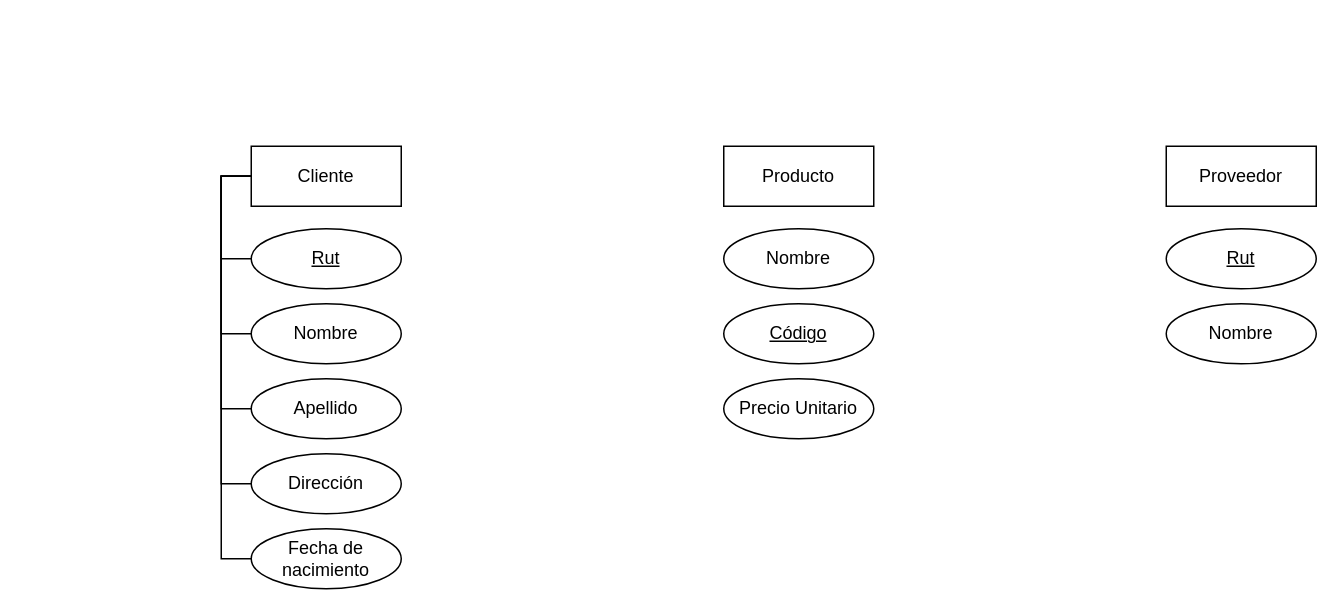
This is Modelamiento/Actividad3.drawio from Ju4nox/UCM, a draw.io file, before an edit. Source tidied: cells renumbered, new cells numbered last; positions are measured from the earlier drawing's top-left corner, leaving out a move shared by most shapes. Both pictures are drawn from the tidied source at 150%, with x=0, y=0 at pixel (250, 146).
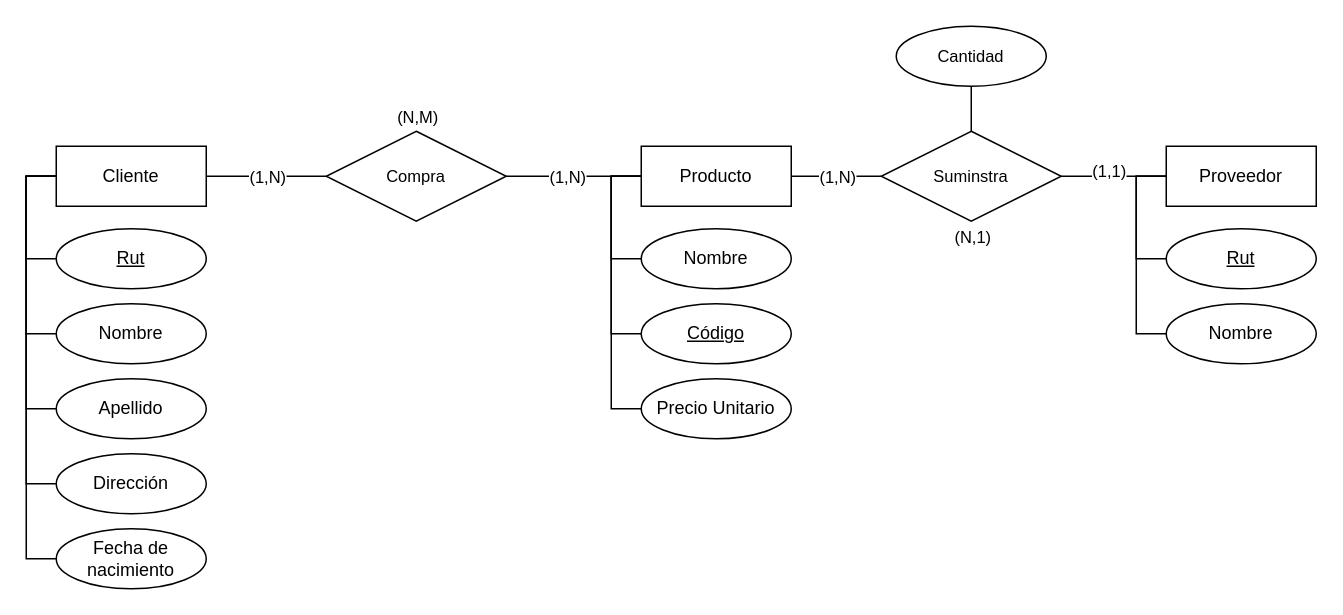
The same page after the edit.

The change refers to these unchanged cells:
```xml
<mxCell id="9" value="Proveedor" style="whiteSpace=wrap;html=1;align=center;" parent="1" vertex="1">
  <mxGeometry x="610" width="100" height="40" as="geometry" />
</mxCell>
<mxCell id="12" value="Rut" style="ellipse;whiteSpace=wrap;html=1;align=center;fontStyle=4;" parent="1" vertex="1">
  <mxGeometry x="610" y="55" width="100" height="40" as="geometry" />
</mxCell>
<mxCell id="19" value="Nombre" style="ellipse;whiteSpace=wrap;html=1;align=center;" parent="1" vertex="1">
  <mxGeometry x="610" y="105" width="100" height="40" as="geometry" />
</mxCell>
```

Change to the diagram source:
```diff
@@
     <mxCell id="7" value="Cliente" style="whiteSpace=wrap;html=1;align=center;" parent="1" vertex="1">
-      <mxGeometry width="100" height="40" as="geometry" />
+      <mxGeometry x="-130" width="100" height="40" as="geometry" />
     </mxCell>
+    <mxCell id="20" style="edgeStyle=orthogonalEdgeStyle;rounded=0;jettySize=auto;html=1;exitX=0;exitY=0.5;exitDx=0;exitDy=0;entryX=0;entryY=0.5;entryDx=0;entryDy=0;endArrow=none;startFill=0;" parent="1" edge="1" source="8" target="17">
+      <mxGeometry relative="1" as="geometry" />
+    </mxCell>
+    <mxCell id="21" style="edgeStyle=orthogonalEdgeStyle;shape=connector;rounded=0;jettySize=auto;html=1;exitX=0;exitY=0.5;exitDx=0;exitDy=0;entryX=0;entryY=0.5;entryDx=0;entryDy=0;strokeColor=default;align=center;verticalAlign=middle;fontFamily=Helvetica;fontSize=11;fontColor=default;labelBackgroundColor=default;startFill=0;endArrow=none;" parent="1" edge="1" source="8" target="11">
+      <mxGeometry relative="1" as="geometry" />
+    </mxCell>
+    <mxCell id="22" style="edgeStyle=orthogonalEdgeStyle;shape=connector;rounded=0;jettySize=auto;html=1;exitX=0;exitY=0.5;exitDx=0;exitDy=0;entryX=0;entryY=0.5;entryDx=0;entryDy=0;strokeColor=default;align=center;verticalAlign=middle;fontFamily=Helvetica;fontSize=11;fontColor=default;labelBackgroundColor=default;startFill=0;endArrow=none;" parent="1" edge="1" source="8" target="18">
+      <mxGeometry relative="1" as="geometry" />
+    </mxCell>
+    <mxCell id="23" style="edgeStyle=orthogonalEdgeStyle;shape=connector;rounded=0;jettySize=auto;html=1;exitX=0;exitY=0.5;exitDx=0;exitDy=0;entryX=1;entryY=0.5;entryDx=0;entryDy=0;strokeColor=default;align=center;verticalAlign=middle;fontFamily=Helvetica;fontSize=11;fontColor=default;labelBackgroundColor=default;startFill=0;endArrow=none;" parent="1" edge="1" source="8" target="30">
+      <mxGeometry relative="1" as="geometry" />
+    </mxCell>
+    <mxCell id="24" value="(1,N)" style="edgeLabel;html=1;align=center;verticalAlign=middle;fontFamily=Helvetica;fontSize=11;fontColor=default;labelBackgroundColor=default;" parent="23" vertex="1">
+      <mxGeometry x="-0.07" y="-4" relative="1" as="geometry">
+        <mxPoint x="-8" y="4" as="offset" />
+      </mxGeometry>
+    </mxCell>
     <mxCell id="8" value="Producto" style="whiteSpace=wrap;html=1;align=center;" parent="1" vertex="1">
-      <mxGeometry x="315" width="100" height="40" as="geometry" />
+      <mxGeometry x="260" width="100" height="40" as="geometry" />
     </mxCell>
+    <mxCell id="25" style="edgeStyle=orthogonalEdgeStyle;shape=connector;rounded=0;jettySize=auto;html=1;exitX=0;exitY=0.5;exitDx=0;exitDy=0;entryX=0;entryY=0.5;entryDx=0;entryDy=0;strokeColor=default;align=center;verticalAlign=middle;fontFamily=Helvetica;fontSize=11;fontColor=default;labelBackgroundColor=default;startFill=0;endArrow=none;" parent="1" edge="1" source="9" target="12">
+      <mxGeometry relative="1" as="geometry" />
+    </mxCell>
+    <mxCell id="26" style="edgeStyle=orthogonalEdgeStyle;shape=connector;rounded=0;jettySize=auto;html=1;exitX=0;exitY=0.5;exitDx=0;exitDy=0;entryX=0;entryY=0.5;entryDx=0;entryDy=0;strokeColor=default;align=center;verticalAlign=middle;fontFamily=Helvetica;fontSize=11;fontColor=default;labelBackgroundColor=default;startFill=0;endArrow=none;" parent="1" edge="1" source="9" target="19">
+      <mxGeometry relative="1" as="geometry" />
+    </mxCell>
@@
     <mxCell id="10" value="Rut" style="ellipse;whiteSpace=wrap;html=1;align=center;fontStyle=4;" parent="1" vertex="1">
-      <mxGeometry y="55" width="100" height="40" as="geometry" />
+      <mxGeometry x="-130" y="55" width="100" height="40" as="geometry" />
     </mxCell>
     <mxCell id="11" value="Código" style="ellipse;whiteSpace=wrap;html=1;align=center;fontStyle=4;" parent="1" vertex="1">
-      <mxGeometry x="315" y="105" width="100" height="40" as="geometry" />
+      <mxGeometry x="260" y="105" width="100" height="40" as="geometry" />
     </mxCell>
@@
     <mxCell id="13" value="Nombre" style="ellipse;whiteSpace=wrap;html=1;align=center;" parent="1" vertex="1">
-      <mxGeometry y="105" width="100" height="40" as="geometry" />
+      <mxGeometry x="-130" y="105" width="100" height="40" as="geometry" />
     </mxCell>
     <mxCell id="14" value="Apellido" style="ellipse;whiteSpace=wrap;html=1;align=center;" parent="1" vertex="1">
-      <mxGeometry y="155" width="100" height="40" as="geometry" />
+      <mxGeometry x="-130" y="155" width="100" height="40" as="geometry" />
     </mxCell>
     <mxCell id="15" value="Dirección" style="ellipse;whiteSpace=wrap;html=1;align=center;" parent="1" vertex="1">
-      <mxGeometry y="205" width="100" height="40" as="geometry" />
+      <mxGeometry x="-130" y="205" width="100" height="40" as="geometry" />
     </mxCell>
     <mxCell id="16" value="Fecha de nacimiento" style="ellipse;whiteSpace=wrap;html=1;align=center;" parent="1" vertex="1">
-      <mxGeometry y="255" width="100" height="40" as="geometry" />
+      <mxGeometry x="-130" y="255" width="100" height="40" as="geometry" />
     </mxCell>
     <mxCell id="17" value="Nombre" style="ellipse;whiteSpace=wrap;html=1;align=center;" parent="1" vertex="1">
-      <mxGeometry x="315" y="55" width="100" height="40" as="geometry" />
+      <mxGeometry x="260" y="55" width="100" height="40" as="geometry" />
     </mxCell>
     <mxCell id="18" value="Precio Unitario" style="ellipse;whiteSpace=wrap;html=1;align=center;" parent="1" vertex="1">
-      <mxGeometry x="315" y="155" width="100" height="40" as="geometry" />
+      <mxGeometry x="260" y="155" width="100" height="40" as="geometry" />
     </mxCell>
@@
+    <mxCell id="27" style="edgeStyle=orthogonalEdgeStyle;shape=connector;rounded=0;jettySize=auto;html=1;exitX=0;exitY=0.5;exitDx=0;exitDy=0;entryX=1;entryY=0.5;entryDx=0;entryDy=0;strokeColor=default;align=center;verticalAlign=middle;fontFamily=Helvetica;fontSize=11;fontColor=default;labelBackgroundColor=default;startFill=0;endArrow=none;" parent="1" edge="1" source="30" target="7">
+      <mxGeometry relative="1" as="geometry" />
+    </mxCell>
+    <mxCell id="28" value="(1,N)" style="edgeLabel;html=1;align=center;verticalAlign=middle;fontFamily=Helvetica;fontSize=11;fontColor=default;labelBackgroundColor=default;" parent="27" vertex="1">
+      <mxGeometry x="0.6" y="3" relative="1" as="geometry">
+        <mxPoint x="24" y="-3" as="offset" />
+      </mxGeometry>
+    </mxCell>
+    <mxCell id="29" value="(N,M)" style="edgeLabel;html=1;align=center;verticalAlign=middle;fontFamily=Helvetica;fontSize=11;fontColor=default;labelBackgroundColor=default;" parent="27" vertex="1">
+      <mxGeometry x="0.03" y="5" relative="1" as="geometry">
+        <mxPoint x="101" y="-45" as="offset" />
+      </mxGeometry>
+    </mxCell>
+    <mxCell id="30" value="Compra" style="shape=rhombus;perimeter=rhombusPerimeter;whiteSpace=wrap;html=1;align=center;fontFamily=Helvetica;fontSize=11;fontColor=default;labelBackgroundColor=default;" parent="1" vertex="1">
+      <mxGeometry x="50" y="-10" width="120" height="60" as="geometry" />
+    </mxCell>
+    <mxCell id="31" style="edgeStyle=orthogonalEdgeStyle;shape=connector;rounded=0;jettySize=auto;html=1;exitX=0.5;exitY=0;exitDx=0;exitDy=0;entryX=0.5;entryY=1;entryDx=0;entryDy=0;strokeColor=default;align=center;verticalAlign=middle;fontFamily=Helvetica;fontSize=11;fontColor=default;labelBackgroundColor=default;startFill=0;endArrow=none;" parent="1" edge="1" source="37" target="38">
+      <mxGeometry relative="1" as="geometry" />
+    </mxCell>
+    <mxCell id="32" style="edgeStyle=orthogonalEdgeStyle;shape=connector;rounded=0;jettySize=auto;html=1;exitX=1;exitY=0.5;exitDx=0;exitDy=0;entryX=0;entryY=0.5;entryDx=0;entryDy=0;strokeColor=default;align=center;verticalAlign=middle;fontFamily=Helvetica;fontSize=11;fontColor=default;labelBackgroundColor=default;startFill=0;endArrow=none;" parent="1" edge="1" source="37" target="9">
+      <mxGeometry relative="1" as="geometry" />
+    </mxCell>
+    <mxCell id="33" value="(N,1)" style="edgeLabel;html=1;align=center;verticalAlign=middle;fontFamily=Helvetica;fontSize=11;fontColor=default;labelBackgroundColor=default;" parent="32" vertex="1">
+      <mxGeometry x="-0.54" y="-2" relative="1" as="geometry">
+        <mxPoint x="-76" y="38" as="offset" />
+      </mxGeometry>
+    </mxCell>
+    <mxCell id="34" value="(1,1)" style="edgeLabel;html=1;align=center;verticalAlign=middle;fontFamily=Helvetica;fontSize=11;fontColor=default;labelBackgroundColor=default;" parent="32" vertex="1">
+      <mxGeometry x="-0.11" y="4" relative="1" as="geometry" />
+    </mxCell>
+    <mxCell id="35" style="edgeStyle=orthogonalEdgeStyle;shape=connector;rounded=0;jettySize=auto;html=1;exitX=0;exitY=0.5;exitDx=0;exitDy=0;entryX=1;entryY=0.5;entryDx=0;entryDy=0;strokeColor=default;align=center;verticalAlign=middle;fontFamily=Helvetica;fontSize=11;fontColor=default;labelBackgroundColor=default;startFill=0;endArrow=none;" parent="1" edge="1" source="37" target="8">
+      <mxGeometry relative="1" as="geometry" />
+    </mxCell>
+    <mxCell id="36" value="(1,N)" style="edgeLabel;html=1;align=center;verticalAlign=middle;fontFamily=Helvetica;fontSize=11;fontColor=default;labelBackgroundColor=default;" parent="35" vertex="1">
+      <mxGeometry x="0.53" y="3" relative="1" as="geometry">
+        <mxPoint x="16" y="-3" as="offset" />
+      </mxGeometry>
+    </mxCell>
+    <mxCell id="37" value="Suminstra" style="shape=rhombus;perimeter=rhombusPerimeter;whiteSpace=wrap;html=1;align=center;fontFamily=Helvetica;fontSize=11;fontColor=default;labelBackgroundColor=default;" parent="1" vertex="1">
+      <mxGeometry x="420" y="-10" width="120" height="60" as="geometry" />
+    </mxCell>
+    <mxCell id="38" value="Cantidad" style="ellipse;whiteSpace=wrap;html=1;align=center;fontFamily=Helvetica;fontSize=11;fontColor=default;labelBackgroundColor=default;" parent="1" vertex="1">
+      <mxGeometry x="430" y="-80" width="100" height="40" as="geometry" />
+    </mxCell>
```
